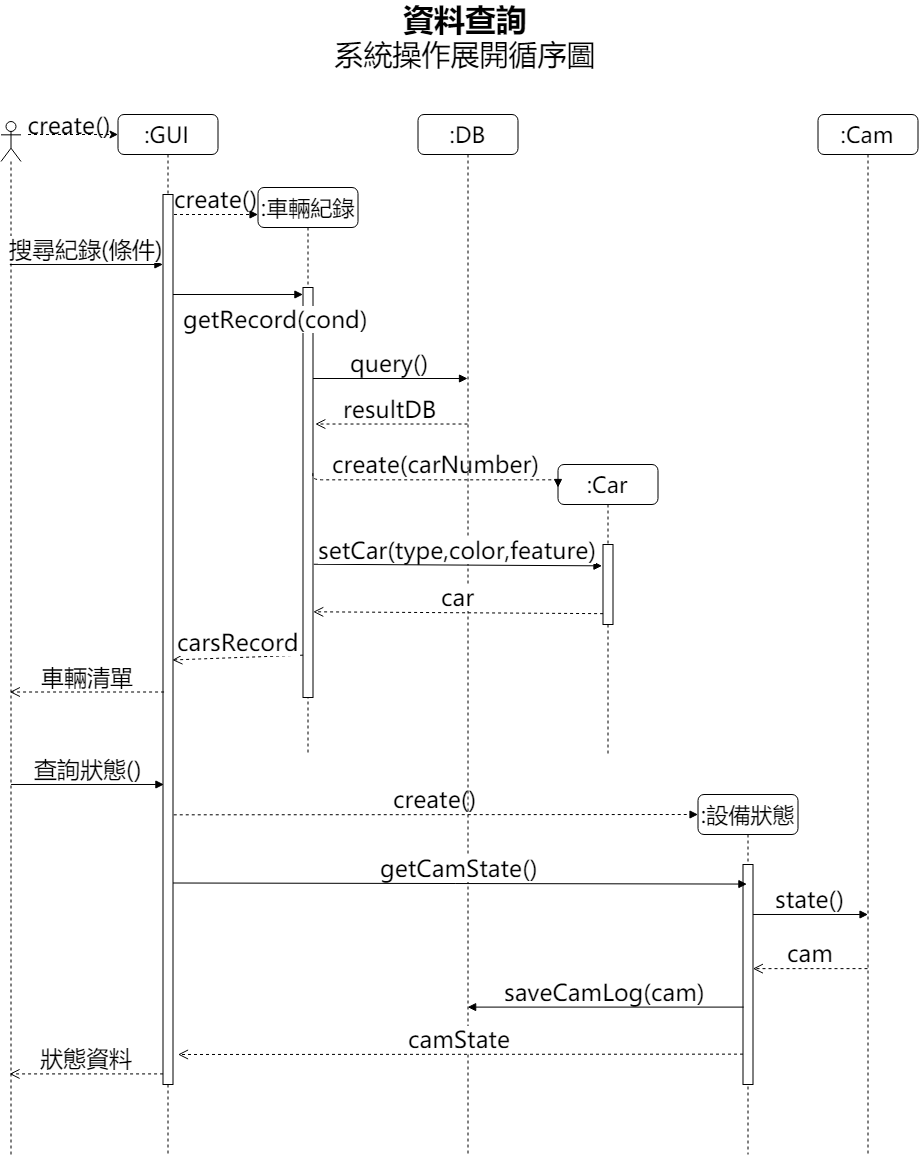
Above: sequence_diagram3.png in YoShane/OO_Assignment (draw.io), before the change. Source tidied: cells renumbered, new cells last; positions are measured from the earlier drawing's top-left corner, leaving out a move shared by most shapes.
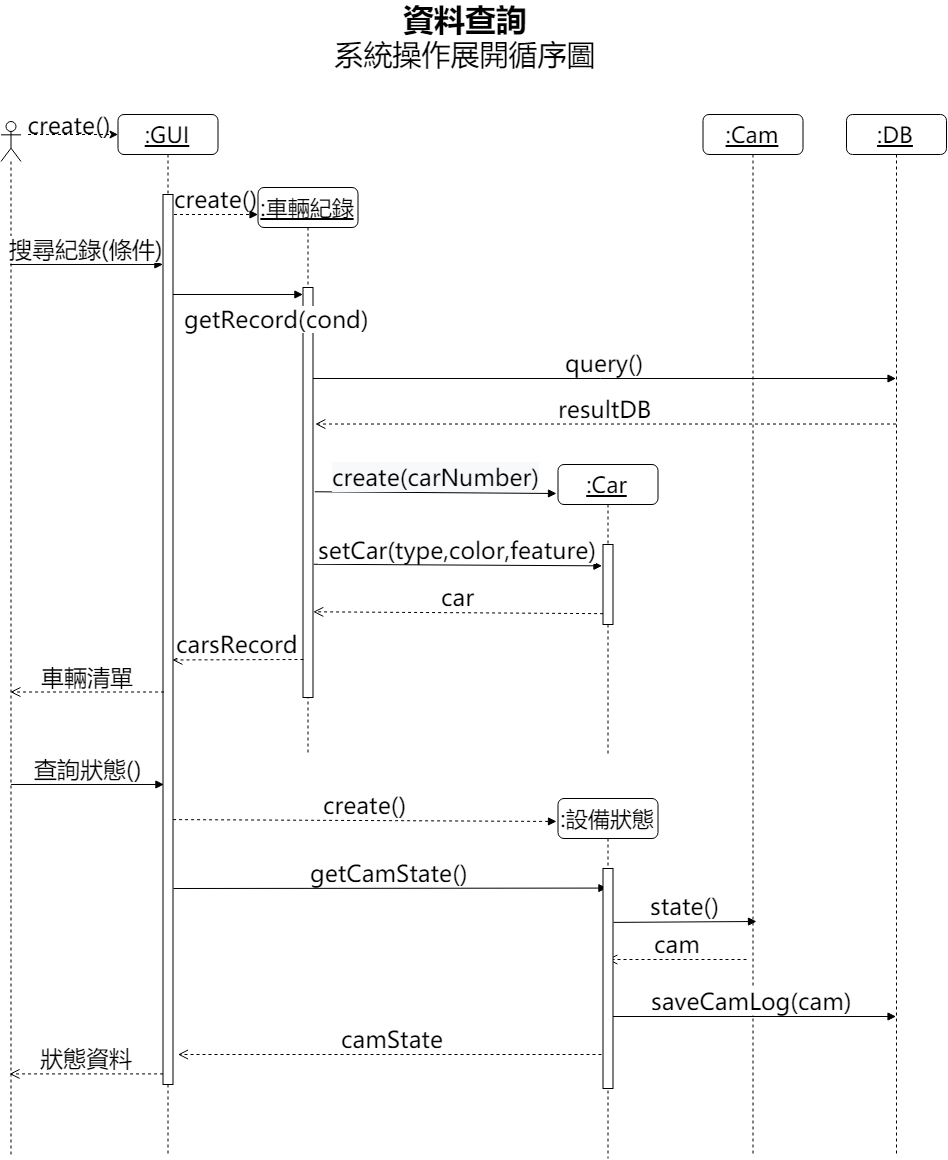
Above is the later version.

Diff of the diagram source:
```diff
@@ -2,34 +2,25 @@
   <root>
     <mxCell id="0" />
     <mxCell id="1" parent="0" />
-    <mxCell id="2" style="group;fontSize=23;" parent="1" vertex="1">
-      <mxGeometry x="0.5" y="90" width="917" height="1040" as="geometry" />
+    <mxCell id="2" style="group;fontSize=23;fontStyle=4;" parent="1" vertex="1">
+      <mxGeometry x="0.5" y="90" width="945.5" height="1040" as="geometry" />
     </mxCell>
-    <mxCell id="3" value=":車輛紀錄" style="shape=umlLifeline;perimeter=lifelinePerimeter;whiteSpace=wrap;html=1;rounded=1;shadow=0;comic=0;labelBackgroundColor=none;strokeColor=#000000;strokeWidth=1;fillColor=#FFFFFF;fontFamily= Microsoft Yahei;fontSize=22;fontColor=#000000;align=center;" parent="2" vertex="1">
+    <mxCell id="3" value=":車輛紀錄" style="shape=umlLifeline;perimeter=lifelinePerimeter;whiteSpace=wrap;html=1;rounded=1;shadow=0;comic=0;labelBackgroundColor=none;strokeColor=#000000;strokeWidth=1;fillColor=#FFFFFF;fontFamily= Microsoft Yahei;fontSize=22;fontColor=#000000;align=center;fontStyle=4;" parent="2" vertex="1">
       <mxGeometry x="257" y="73" width="100" height="567" as="geometry" />
     </mxCell>
     <mxCell id="4" style="html=1;points=[];perimeter=orthogonalPerimeter;rounded=0;shadow=0;comic=0;labelBackgroundColor=none;strokeColor=#000000;strokeWidth=1;fillColor=#FFFFFF;fontFamily= Microsoft Yahei;fontSize=23;fontColor=#000000;align=center;" parent="3" vertex="1">
       <mxGeometry x="45" y="100" width="10" height="410" as="geometry" />
     </mxCell>
-    <mxCell id="5" value=":DB" style="shape=umlLifeline;perimeter=lifelinePerimeter;whiteSpace=wrap;html=1;outlineConnect=0;rounded=1;shadow=0;comic=0;labelBackgroundColor=none;strokeColor=#000000;strokeWidth=1;fillColor=#FFFFFF;fontFamily= Microsoft Yahei;fontSize=22;fontColor=#000000;align=center;" parent="2" vertex="1">
-      <mxGeometry x="417" width="100" height="1040" as="geometry" />
-    </mxCell>
-    <mxCell id="6" value=":Car" style="shape=umlLifeline;perimeter=lifelinePerimeter;whiteSpace=wrap;html=1;rounded=1;shadow=0;comic=0;labelBackgroundColor=none;strokeColor=#000000;strokeWidth=1;fillColor=#FFFFFF;fontFamily= Microsoft Yahei;fontSize=22;fontColor=#000000;align=center;" parent="2" vertex="1">
+    <mxCell id="6" value="&lt;u&gt;:Car&lt;/u&gt;" style="shape=umlLifeline;perimeter=lifelinePerimeter;whiteSpace=wrap;html=1;rounded=1;shadow=0;comic=0;labelBackgroundColor=none;strokeColor=#000000;strokeWidth=1;fillColor=#FFFFFF;fontFamily= Microsoft Yahei;fontSize=22;fontColor=#000000;align=center;" parent="2" vertex="1">
       <mxGeometry x="557" y="350" width="100" height="290" as="geometry" />
     </mxCell>
     <mxCell id="7" style="html=1;points=[];perimeter=orthogonalPerimeter;rounded=0;shadow=0;comic=0;labelBackgroundColor=none;strokeColor=#000000;strokeWidth=1;fillColor=#FFFFFF;fontFamily= Microsoft Yahei;fontSize=23;fontColor=#000000;align=center;" parent="6" vertex="1">
       <mxGeometry x="45" y="80" width="10" height="80" as="geometry" />
     </mxCell>
-    <mxCell id="8" value=":設備狀態" style="shape=umlLifeline;perimeter=lifelinePerimeter;whiteSpace=wrap;html=1;outlineConnect=0;rounded=1;shadow=0;comic=0;labelBackgroundColor=none;strokeColor=#000000;strokeWidth=1;fillColor=#FFFFFF;fontFamily= Microsoft Yahei;fontSize=22;fontColor=#000000;align=center;" parent="2" vertex="1">
-      <mxGeometry x="697" y="680" width="100" height="360" as="geometry" />
-    </mxCell>
-    <mxCell id="9" style="html=1;points=[];perimeter=orthogonalPerimeter;rounded=0;shadow=0;comic=0;labelBackgroundColor=none;strokeColor=#000000;strokeWidth=1;fillColor=#FFFFFF;fontFamily= Microsoft Yahei;fontSize=23;fontColor=#000000;align=center;" parent="8" vertex="1">
-      <mxGeometry x="45" y="70" width="10" height="220" as="geometry" />
-    </mxCell>
-    <mxCell id="10" value=":Cam" style="shape=umlLifeline;perimeter=lifelinePerimeter;whiteSpace=wrap;html=1;rounded=1;shadow=0;comic=0;labelBackgroundColor=none;strokeColor=#000000;strokeWidth=1;fillColor=#FFFFFF;fontFamily= Microsoft Yahei;fontSize=22;fontColor=#000000;align=center;" parent="2" vertex="1">
-      <mxGeometry x="817" width="100" height="1040" as="geometry" />
+    <mxCell id="10" value="&lt;u&gt;:Cam&lt;/u&gt;" style="shape=umlLifeline;perimeter=lifelinePerimeter;whiteSpace=wrap;html=1;rounded=1;shadow=0;comic=0;labelBackgroundColor=none;strokeColor=#000000;strokeWidth=1;fillColor=#FFFFFF;fontFamily= Microsoft Yahei;fontSize=22;fontColor=#000000;align=center;" parent="2" vertex="1">
+      <mxGeometry x="702" width="100" height="1040" as="geometry" />
     </mxCell>
-    <mxCell id="11" value=":GUI" style="shape=umlLifeline;perimeter=lifelinePerimeter;whiteSpace=wrap;html=1;rounded=1;shadow=0;comic=0;labelBackgroundColor=none;strokeColor=#000000;strokeWidth=1;fillColor=#FFFFFF;fontFamily= Microsoft Yahei;fontSize=22;fontColor=#000000;align=center;" parent="2" vertex="1">
+    <mxCell id="11" value=":GUI" style="shape=umlLifeline;perimeter=lifelinePerimeter;whiteSpace=wrap;html=1;rounded=1;shadow=0;comic=0;labelBackgroundColor=none;strokeColor=#000000;strokeWidth=1;fillColor=#FFFFFF;fontFamily= Microsoft Yahei;fontSize=22;fontColor=#000000;align=center;fontStyle=4;" parent="2" vertex="1">
       <mxGeometry x="117" width="100" height="1040" as="geometry" />
     </mxCell>
     <mxCell id="12" style="html=1;points=[];perimeter=orthogonalPerimeter;rounded=0;shadow=0;comic=0;labelBackgroundColor=none;strokeColor=#000000;strokeWidth=1;fillColor=#FFFFFF;fontFamily= Microsoft Yahei;fontSize=23;fontColor=#000000;align=center;" parent="11" vertex="1">
@@ -46,14 +37,6 @@
         <mxPoint x="312" y="264" as="sourcePoint" />
       </mxGeometry>
     </mxCell>
-    <mxCell id="15" value="resultDB" style="html=1;verticalAlign=bottom;endArrow=open;dashed=1;endSize=8;fontSize=23;entryX=1.229;entryY=0.333;entryDx=0;entryDy=0;entryPerimeter=0;fontFamily= Microsoft Yahei;" parent="2" edge="1" source="5" target="4">
-      <mxGeometry relative="1" as="geometry" />
-    </mxCell>
-    <mxCell id="16" value="&lt;span style=&quot;font-size: 23px;&quot;&gt;create(carNumber)&lt;/span&gt;" style="html=1;verticalAlign=bottom;endArrow=block;labelBackgroundColor=none;fontFamily= Microsoft Yahei;fontSize=23;edgeStyle=elbowEdgeStyle;elbow=vertical;exitX=1.011;exitY=0.453;exitDx=0;exitDy=0;exitPerimeter=0;dashed=1;" parent="2" edge="1" source="4">
-      <mxGeometry relative="1" as="geometry">
-        <mxPoint x="557" y="373" as="targetPoint" />
-      </mxGeometry>
-    </mxCell>
     <mxCell id="17" value="setCar(type,color,feature)" style="html=1;verticalAlign=bottom;endArrow=block;fontSize=23;entryX=-0.1;entryY=0.267;entryDx=0;entryDy=0;entryPerimeter=0;exitX=1.078;exitY=0.675;exitDx=0;exitDy=0;exitPerimeter=0;fontFamily= Microsoft Yahei;" parent="2" edge="1" source="4" target="7">
       <mxGeometry relative="1" as="geometry" />
     </mxCell>
@@ -85,19 +68,14 @@
         <mxPoint x="161.9" y="150" as="targetPoint" />
       </mxGeometry>
     </mxCell>
-    <mxCell id="24" value="carsRecord" style="html=1;verticalAlign=bottom;endArrow=open;dashed=1;endSize=8;fontSize=23;exitX=-0.241;exitY=0.838;exitDx=0;exitDy=0;exitPerimeter=0;entryX=0.931;entryY=0.523;entryDx=0;entryDy=0;entryPerimeter=0;fontFamily= Microsoft Yahei;" parent="2" edge="1" target="12">
+    <mxCell id="24" value="carsRecord" style="html=1;verticalAlign=bottom;endArrow=open;dashed=1;endSize=8;fontSize=23;entryX=0.931;entryY=0.523;entryDx=0;entryDy=0;entryPerimeter=0;fontFamily= Microsoft Yahei;" parent="2" edge="1" target="12">
       <mxGeometry relative="1" as="geometry">
-        <mxPoint x="302.1" y="540.7" as="sourcePoint" />
+        <mxPoint x="302.5" y="545" as="sourcePoint" />
       </mxGeometry>
     </mxCell>
     <mxCell id="25" value="車輛清單" style="html=1;verticalAlign=bottom;endArrow=open;dashed=1;endSize=8;fontSize=23;exitX=0.107;exitY=0.559;exitDx=0;exitDy=0;exitPerimeter=0;fontFamily= Microsoft Yahei;" parent="2" edge="1" source="12" target="21">
       <mxGeometry relative="1" as="geometry" />
     </mxCell>
-    <mxCell id="26" value="create()" style="html=1;verticalAlign=bottom;endArrow=block;labelBackgroundColor=none;fontFamily= Microsoft Yahei;fontSize=23;elbow=vertical;dashed=1;exitX=1.076;exitY=0.697;exitDx=0;exitDy=0;exitPerimeter=0;" parent="2" edge="1" source="12">
-      <mxGeometry relative="1" as="geometry">
-        <mxPoint x="697" y="700" as="targetPoint" />
-      </mxGeometry>
-    </mxCell>
     <mxCell id="27" value="&lt;font style=&quot;font-size: 23px;&quot;&gt;查詢狀態()&lt;/font&gt;" style="html=1;verticalAlign=bottom;endArrow=block;fontSize=23;entryX=0.044;entryY=0.157;entryDx=0;entryDy=0;entryPerimeter=0;fontFamily= Microsoft Yahei;" parent="2" edge="1">
       <mxGeometry relative="1" as="geometry">
         <mxPoint x="10.1" y="670" as="sourcePoint" />
@@ -106,30 +84,27 @@
     </mxCell>
     <mxCell id="28" value="&lt;font style=&quot;font-size: 23px;&quot;&gt;getCamState()&lt;/font&gt;" style="html=1;verticalAlign=bottom;endArrow=block;fontSize=23;entryX=0.39;entryY=0.089;entryDx=0;entryDy=0;entryPerimeter=0;fontFamily= Microsoft Yahei;" parent="2" edge="1" target="9">
       <mxGeometry relative="1" as="geometry">
-        <mxPoint x="172" y="768.5" as="sourcePoint" />
+        <mxPoint x="172.5" y="774" as="sourcePoint" />
       </mxGeometry>
     </mxCell>
-    <mxCell id="29" value="&lt;font style=&quot;font-size: 23px;&quot;&gt;state()&lt;/font&gt;" style="html=1;verticalAlign=bottom;endArrow=block;fontSize=23;fontFamily= Microsoft Yahei;" parent="2" edge="1">
+    <mxCell id="29" value="&lt;font style=&quot;font-size: 23px;&quot;&gt;state()&lt;/font&gt;" style="html=1;verticalAlign=bottom;endArrow=block;fontSize=23;fontFamily= Microsoft Yahei;exitX=1.056;exitY=0.245;exitDx=0;exitDy=0;exitPerimeter=0;" parent="2" edge="1" source="9">
       <mxGeometry relative="1" as="geometry">
-        <mxPoint x="752.1" y="800" as="sourcePoint" />
-        <mxPoint x="867" y="800" as="targetPoint" />
+        <mxPoint x="755.5" y="807" as="targetPoint" />
       </mxGeometry>
     </mxCell>
-    <mxCell id="30" value="cam" style="html=1;verticalAlign=bottom;endArrow=open;dashed=1;endSize=8;fontSize=23;entryX=0.987;entryY=0.601;entryDx=0;entryDy=0;entryPerimeter=0;fontFamily= Microsoft Yahei;" parent="2" edge="1">
+    <mxCell id="30" value="cam" style="html=1;verticalAlign=bottom;endArrow=open;dashed=1;endSize=8;fontSize=23;fontFamily= Microsoft Yahei;" parent="2" edge="1" target="8">
       <mxGeometry relative="1" as="geometry">
-        <mxPoint x="866.5" y="854.1" as="sourcePoint" />
-        <mxPoint x="751.9" y="854.1" as="targetPoint" />
+        <mxPoint x="745.5" y="845" as="sourcePoint" />
       </mxGeometry>
     </mxCell>
-    <mxCell id="31" value="saveCamLog(cam)" style="html=1;verticalAlign=bottom;endArrow=block;fontSize=23;exitX=0.068;exitY=0.568;exitDx=0;exitDy=0;exitPerimeter=0;fontFamily= Microsoft Yahei;" parent="2" edge="1">
+    <mxCell id="31" value="saveCamLog(cam)" style="html=1;verticalAlign=bottom;endArrow=block;fontSize=23;fontFamily= Microsoft Yahei;" parent="2" edge="1">
       <mxGeometry relative="1" as="geometry">
-        <mxPoint x="742.7" y="892.6" as="sourcePoint" />
-        <mxPoint x="466.7" y="892.6" as="targetPoint" />
+        <mxPoint x="606.3" y="902" as="sourcePoint" />
+        <mxPoint x="895" y="902" as="targetPoint" />
       </mxGeometry>
     </mxCell>
-    <mxCell id="32" value="camState" style="html=1;verticalAlign=bottom;endArrow=open;dashed=1;endSize=8;fontSize=23;fontFamily= Microsoft Yahei;" parent="2" edge="1">
+    <mxCell id="32" value="camState" style="html=1;verticalAlign=bottom;endArrow=open;dashed=1;endSize=8;fontSize=23;fontFamily= Microsoft Yahei;" parent="2" edge="1" source="8">
       <mxGeometry relative="1" as="geometry">
-        <mxPoint x="742" y="939.6" as="sourcePoint" />
         <mxPoint x="177" y="940" as="targetPoint" />
       </mxGeometry>
     </mxCell>
@@ -139,6 +114,30 @@
         <mxPoint x="8.5" y="959.4" as="targetPoint" />
       </mxGeometry>
     </mxCell>
+    <mxCell id="5" value="&lt;u&gt;:DB&lt;/u&gt;" style="shape=umlLifeline;perimeter=lifelinePerimeter;whiteSpace=wrap;html=1;outlineConnect=0;rounded=1;shadow=0;comic=0;labelBackgroundColor=none;strokeColor=#000000;strokeWidth=1;fillColor=#FFFFFF;fontFamily= Microsoft Yahei;fontSize=22;fontColor=#000000;align=center;" parent="2" vertex="1">
+      <mxGeometry x="845.5" width="100" height="1040" as="geometry" />
+    </mxCell>
+    <mxCell id="15" value="resultDB" style="html=1;verticalAlign=bottom;endArrow=open;dashed=1;endSize=8;fontSize=23;entryX=1.229;entryY=0.333;entryDx=0;entryDy=0;entryPerimeter=0;fontFamily= Microsoft Yahei;" parent="2" edge="1" source="5" target="4">
+      <mxGeometry relative="1" as="geometry" />
+    </mxCell>
+    <mxCell id="8" value=":設備狀態" style="shape=umlLifeline;perimeter=lifelinePerimeter;whiteSpace=wrap;html=1;outlineConnect=0;rounded=1;shadow=0;comic=0;labelBackgroundColor=none;strokeColor=#000000;strokeWidth=1;fillColor=#FFFFFF;fontFamily= Microsoft Yahei;fontSize=22;fontColor=#000000;align=center;" parent="2" vertex="1">
+      <mxGeometry x="557" y="684" width="100" height="360" as="geometry" />
+    </mxCell>
+    <mxCell id="9" style="html=1;points=[];perimeter=orthogonalPerimeter;rounded=0;shadow=0;comic=0;labelBackgroundColor=none;strokeColor=#000000;strokeWidth=1;fillColor=#FFFFFF;fontFamily= Microsoft Yahei;fontSize=23;fontColor=#000000;align=center;" parent="8" vertex="1">
+      <mxGeometry x="45" y="70" width="10" height="220" as="geometry" />
+    </mxCell>
+    <mxCell id="26" value="create()" style="html=1;verticalAlign=bottom;endArrow=block;labelBackgroundColor=none;fontFamily= Microsoft Yahei;fontSize=23;elbow=vertical;dashed=1;exitX=1.009;exitY=0.699;exitDx=0;exitDy=0;exitPerimeter=0;entryX=-0.015;entryY=0.061;entryDx=0;entryDy=0;entryPerimeter=0;" parent="2" edge="1">
+      <mxGeometry relative="1" as="geometry">
+        <mxPoint x="172.1" y="705.1" as="sourcePoint" />
+        <mxPoint x="555.5" y="707" as="targetPoint" />
+      </mxGeometry>
+    </mxCell>
+    <mxCell id="16" value="&lt;span style=&quot;text-align: left ; background-color: rgb(248 , 249 , 250)&quot;&gt;&lt;font style=&quot;font-size: 23px&quot;&gt;create(carNumber)&lt;/font&gt;&lt;/span&gt;" style="html=1;verticalAlign=bottom;endArrow=block;fontSize=23;exitX=1.078;exitY=0.675;exitDx=0;exitDy=0;exitPerimeter=0;fontFamily= Microsoft Yahei;" parent="2" edge="1">
+      <mxGeometry relative="1" as="geometry">
+        <mxPoint x="313.8" y="377.2" as="sourcePoint" />
+        <mxPoint x="555.5" y="379" as="targetPoint" />
+      </mxGeometry>
+    </mxCell>
     <mxCell id="34" value="&lt;font style=&quot;font-size: 31px&quot;&gt;&lt;b&gt;資料查詢&lt;/b&gt;&lt;/font&gt;&lt;br&gt;系統操作展開循序圖" style="text;html=1;strokeColor=none;fillColor=none;align=center;verticalAlign=middle;whiteSpace=wrap;rounded=0;fontFamily= Microsoft Yahei;fontSize=29;" parent="1" vertex="1">
       <mxGeometry x="303" width="323" height="20" as="geometry" />
     </mxCell>
```
